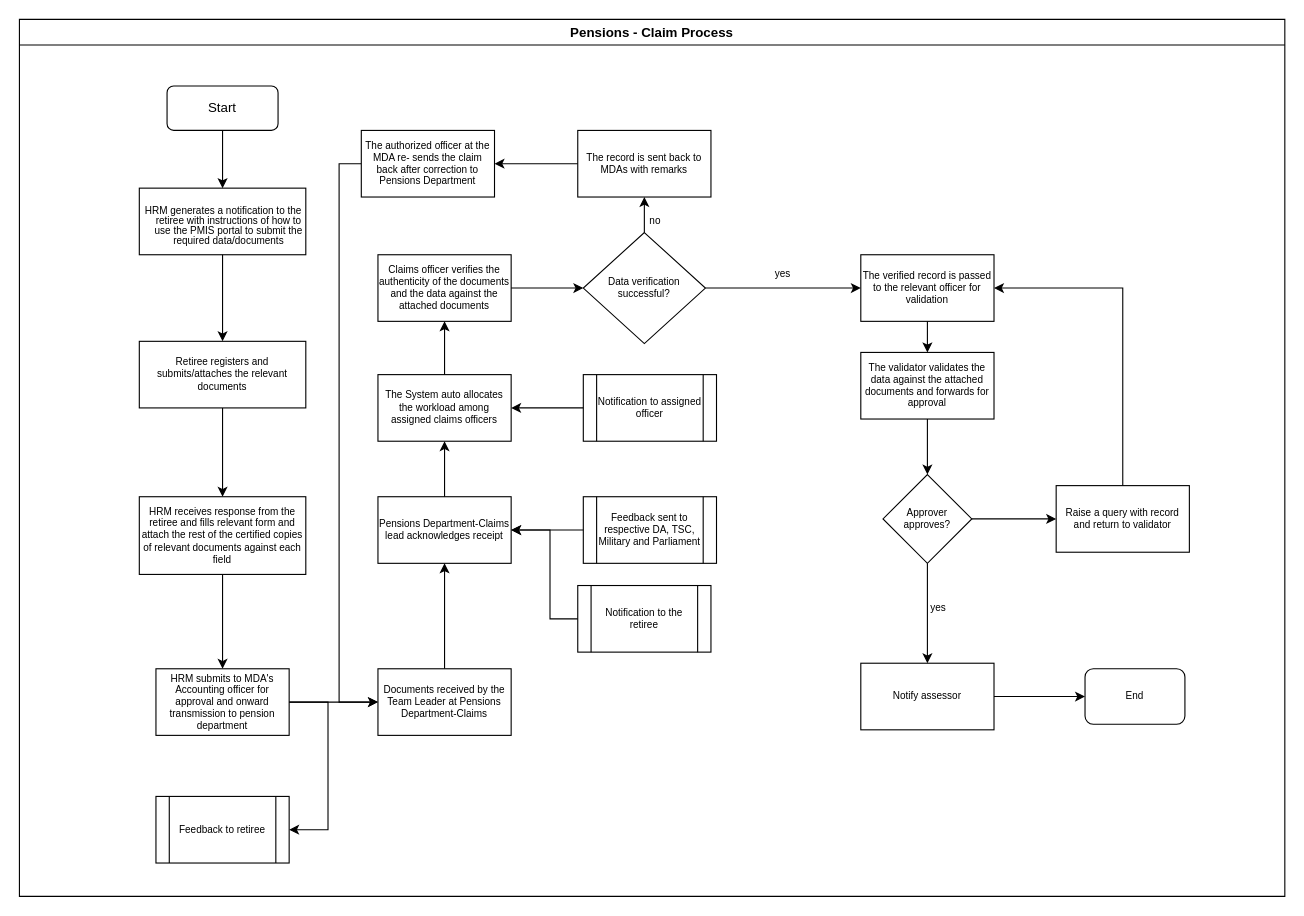
Above: Pensions - Claims Process.drawio in kmagua/flowcharts (draw.io), before the change. Source tidied: cells renumbered, new cells numbered last; positions are measured from the earlier drawing's top-left corner, leaving out a move shared by most shapes. Both pictures are drawn from the tidied source at 111%, with x=0, y=0 at pixel (19, 19).
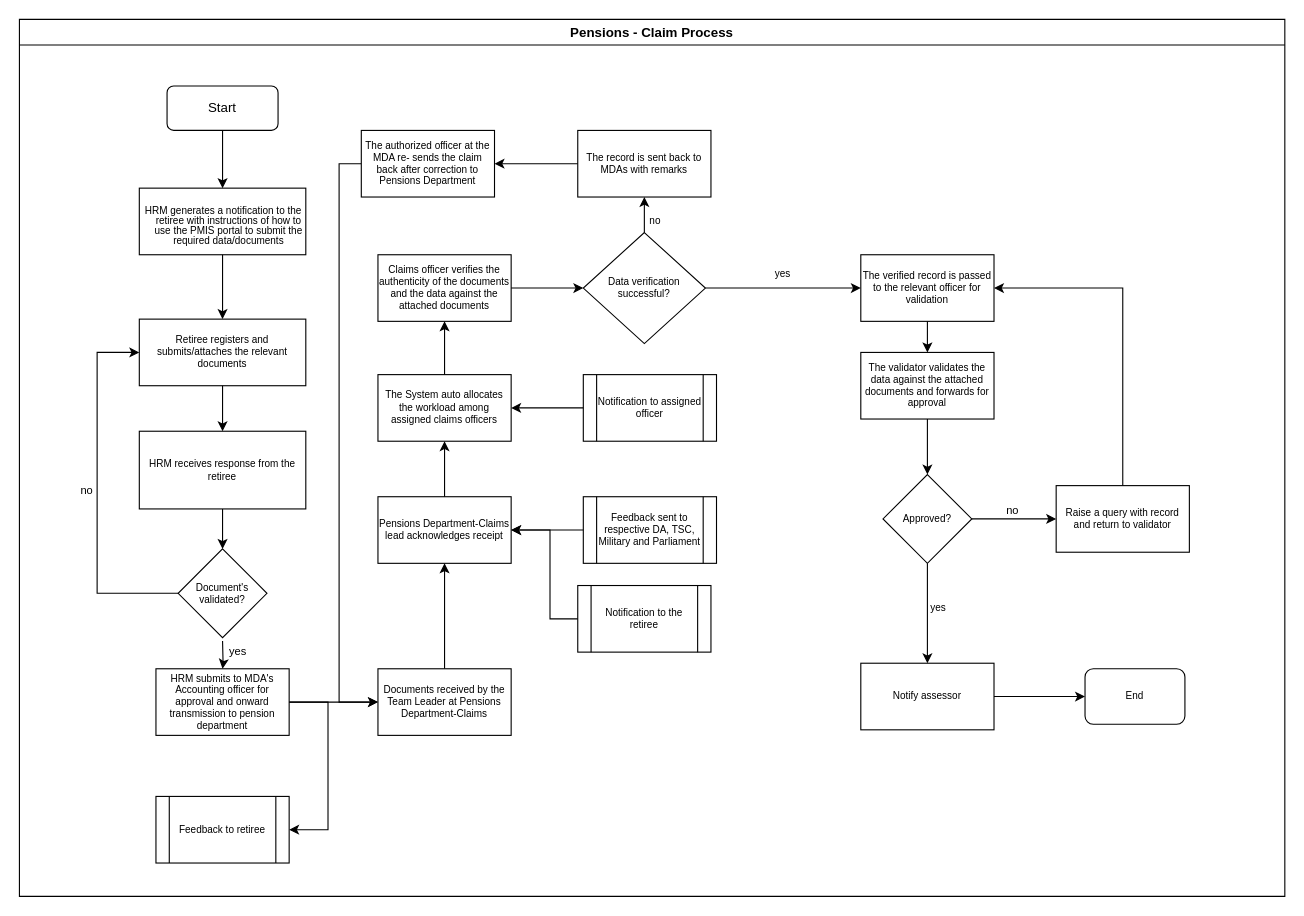
After the change.

The change refers to these unchanged cells:
```xml
<mxCell id="2" value="Pensions - Claim Process" style="swimlane;" parent="1" vertex="1">
  <mxGeometry width="1140" height="790" as="geometry" />
</mxCell>
<mxCell id="38" value="HRM submits to MDA's Accounting officer for approval and onward transmission to pension department" style="whiteSpace=wrap;html=1;rounded=0;fontSize=9;" parent="1" vertex="1">
  <mxGeometry x="123" y="585" width="120" height="60" as="geometry" />
</mxCell>
```

Diff of the diagram source:
```diff
@@
     <mxCell id="6" value="Retiree registers and submits/attaches the relevant documents" style="whiteSpace=wrap;html=1;rounded=0;fontSize=9;" parent="2" vertex="1">
-      <mxGeometry x="108" y="290" width="150" height="60" as="geometry" />
+      <mxGeometry x="108" y="270" width="150" height="60" as="geometry" />
     </mxCell>
@@
-    <mxCell id="24" value="Approver approves?" style="rhombus;whiteSpace=wrap;html=1;fontSize=9;" parent="2" vertex="1">
+    <mxCell id="24" value="Approved?" style="rhombus;whiteSpace=wrap;html=1;fontSize=9;" parent="2" vertex="1">
       <mxGeometry x="778" y="410" width="80" height="80" as="geometry" />
     </mxCell>
@@
-    <mxCell id="34" style="edgeStyle=orthogonalEdgeStyle;rounded=0;jettySize=auto;html=1;fontSize=9;" parent="1" edge="1" source="35" target="38">
-      <mxGeometry relative="1" as="geometry" />
-    </mxCell>
+    <mxCell id="51" value="no" style="text;html=1;strokeColor=none;fillColor=none;align=center;verticalAlign=middle;whiteSpace=wrap;rounded=0;fontSize=10;" parent="2" vertex="1">
+      <mxGeometry x="875" y="432" width="40" height="20" as="geometry" />
+    </mxCell>
-    <mxCell id="35" value="HRM receives response from the retiree and fills relevant form and attach the rest of the certified copies of relevant documents against each field" style="whiteSpace=wrap;html=1;rounded=0;fontSize=9;" parent="1" vertex="1">
-      <mxGeometry x="108" y="430" width="150" height="70" as="geometry" />
+    <mxCell id="35" value="HRM receives response from the retiree" style="whiteSpace=wrap;html=1;rounded=0;fontSize=9;" parent="2" vertex="1">
+      <mxGeometry x="108" y="371" width="150" height="70" as="geometry" />
     </mxCell>
-    <mxCell id="36" style="edgeStyle=orthogonalEdgeStyle;rounded=0;jettySize=auto;html=1;fontSize=9;" parent="1" edge="1" source="6" target="35">
+    <mxCell id="36" style="edgeStyle=orthogonalEdgeStyle;rounded=0;jettySize=auto;html=1;fontSize=9;" parent="2" edge="1" source="6" target="35">
       <mxGeometry relative="1" as="geometry" />
     </mxCell>
+    <mxCell id="52" value="Document's validated?" style="rhombus;whiteSpace=wrap;html=1;rounded=0;fontSize=9;" parent="2" vertex="1">
+      <mxGeometry x="143" y="477" width="80" height="80" as="geometry" />
+    </mxCell>
+    <mxCell id="53" style="edgeStyle=orthogonalEdgeStyle;rounded=0;jettySize=auto;html=1;fontSize=10;" parent="2" edge="1" source="35" target="52">
+      <mxGeometry relative="1" as="geometry" />
+    </mxCell>
+    <mxCell id="54" style="edgeStyle=orthogonalEdgeStyle;rounded=0;jettySize=auto;html=1;fontSize=10;entryX=0;entryY=0.5;entryDx=0;entryDy=0;exitX=0;exitY=0.5;exitDx=0;exitDy=0;" parent="2" edge="1" source="52" target="6">
+      <mxGeometry relative="1" as="geometry">
+        <Array as="points">
+          <mxPoint x="70" y="517" />
+          <mxPoint x="70" y="300" />
+        </Array>
+      </mxGeometry>
+    </mxCell>
+    <mxCell id="55" value="no" style="text;html=1;strokeColor=none;fillColor=none;align=center;verticalAlign=middle;whiteSpace=wrap;rounded=0;fontSize=10;" parent="2" vertex="1">
+      <mxGeometry x="41" y="414" width="40" height="20" as="geometry" />
+    </mxCell>
+    <mxCell id="56" value="yes" style="text;html=1;strokeColor=none;fillColor=none;align=center;verticalAlign=middle;whiteSpace=wrap;rounded=0;fontSize=10;" parent="2" vertex="1">
+      <mxGeometry x="177" y="559" width="40" height="20" as="geometry" />
+    </mxCell>
+    <mxCell id="34" style="edgeStyle=orthogonalEdgeStyle;rounded=0;jettySize=auto;html=1;fontSize=9;" parent="1" edge="1" target="38">
+      <mxGeometry relative="1" as="geometry">
+        <mxPoint x="183" y="560" as="sourcePoint" />
+      </mxGeometry>
+    </mxCell>
```
